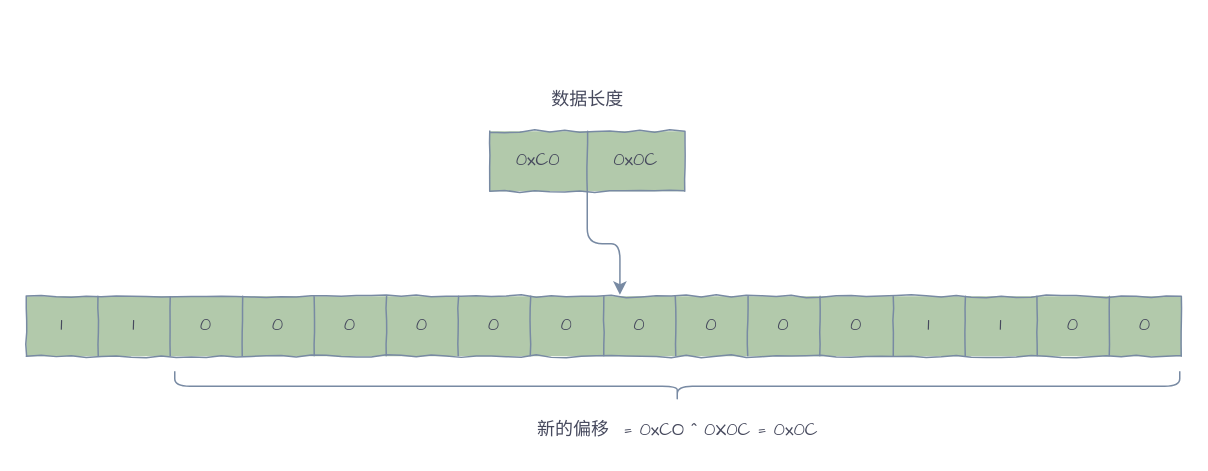
Before: page "domain-2" (12 of 14) of dns.drawio in silan-liu/drawio, a draw.io diagram. Source tidied: cells renumbered, new cells numbered last; positions are measured from the earlier drawing's top-left corner, leaving out a move shared by most shapes. Both pictures are drawn from the tidied source at 150%, with x=0, y=0 at pixel (26, 86).
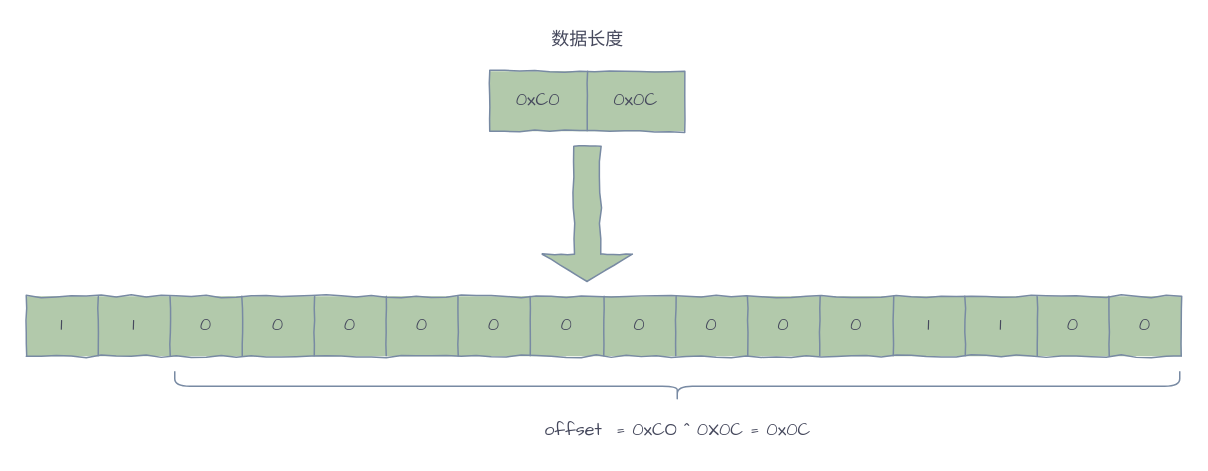
After the change.

The change refers to these unchanged cells:
```xml
<mxCell id="8" style="shape=partialRectangle;fillColor=none;top=0;left=0;bottom=0;right=0;points=[[0,0.5],[1,0.5]];portConstraint=eastwest;strokeColor=#788AA3;fontColor=#46495D;fontFamily=Comic Sans MS;" parent="7" vertex="1">
  <mxGeometry width="770" height="40" as="geometry" />
</mxCell>
```

What changed in the source:
```diff
@@
-    <mxCell id="2" style="edgeStyle=orthogonalEdgeStyle;curved=0;rounded=1;sketch=0;jettySize=auto;html=1;entryX=0.514;entryY=-0.025;entryDx=0;entryDy=0;entryPerimeter=0;fontFamily=Comic Sans MS;fontColor=#46495D;strokeColor=#788AA3;fillColor=#B2C9AB;" parent="1" edge="1" source="3" target="8">
-      <mxGeometry relative="1" as="geometry" />
-    </mxCell>
     <mxCell id="3" style="shape=table;startSize=0;childLayout=tableLayout;comic=1;fontFamily=Comic Sans MS;fillColor=#B2C9AB;strokeColor=#788AA3;fontColor=#46495D;" parent="1" vertex="1">
-      <mxGeometry x="309" y="30" width="130" height="40" as="geometry" />
+      <mxGeometry x="309" y="-10" width="130" height="40" as="geometry" />
     </mxCell>
@@
-    <mxCell id="26" value="新的偏移&amp;nbsp; = 0xCO ^ 0X0C = 0x0C" style="text;html=1;align=center;verticalAlign=middle;strokeColor=none;fontFamily=Comic Sans MS;fontColor=#46495D;" parent="1" vertex="1">
-      <mxGeometry x="334" y="220" width="200" height="20" as="geometry" />
+    <mxCell id="26" value="offset&amp;nbsp; = 0xCO ^ 0X0C = 0x0C" style="text;html=1;align=center;verticalAlign=middle;strokeColor=none;fontFamily=Comic Sans MS;fontColor=#46495D;" parent="1" vertex="1">
+      <mxGeometry x="339" y="220" width="190" height="20" as="geometry" />
     </mxCell>
     <mxCell id="27" value="数据长度" style="text;html=1;align=center;verticalAlign=middle;strokeColor=none;fontFamily=Comic Sans MS;fontColor=#46495D;" parent="1" vertex="1">
-      <mxGeometry x="344" width="60" height="20" as="geometry" />
+      <mxGeometry x="344" y="-40" width="60" height="20" as="geometry" />
     </mxCell>
+    <mxCell id="28" style="shape=singleArrow;direction=south;whiteSpace=wrap;html=1;rounded=0;comic=1;sketch=0;fontFamily=Comic Sans MS;fontColor=#46495D;strokeColor=#788AA3;fillColor=#B2C9AB;" parent="1" vertex="1">
+      <mxGeometry x="344" y="40" width="60" height="90" as="geometry" />
+    </mxCell>
```
